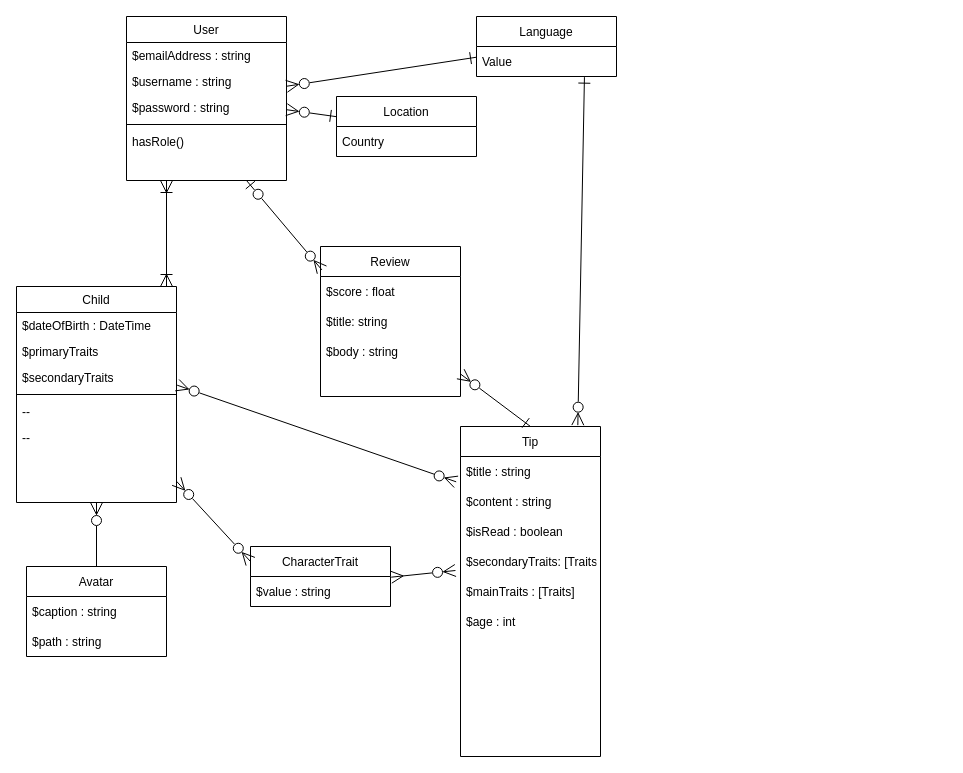
The draw.io diagram design/model.drawio in seb-tho/TheGoodParentV2, before the edit. Source tidied: cells renumbered, new cells numbered last; positions are measured from the earlier drawing's top-left corner, leaving out a move shared by most shapes. Both pictures are drawn from the tidied source at 100%, with x=0, y=0 at pixel (16, 16).
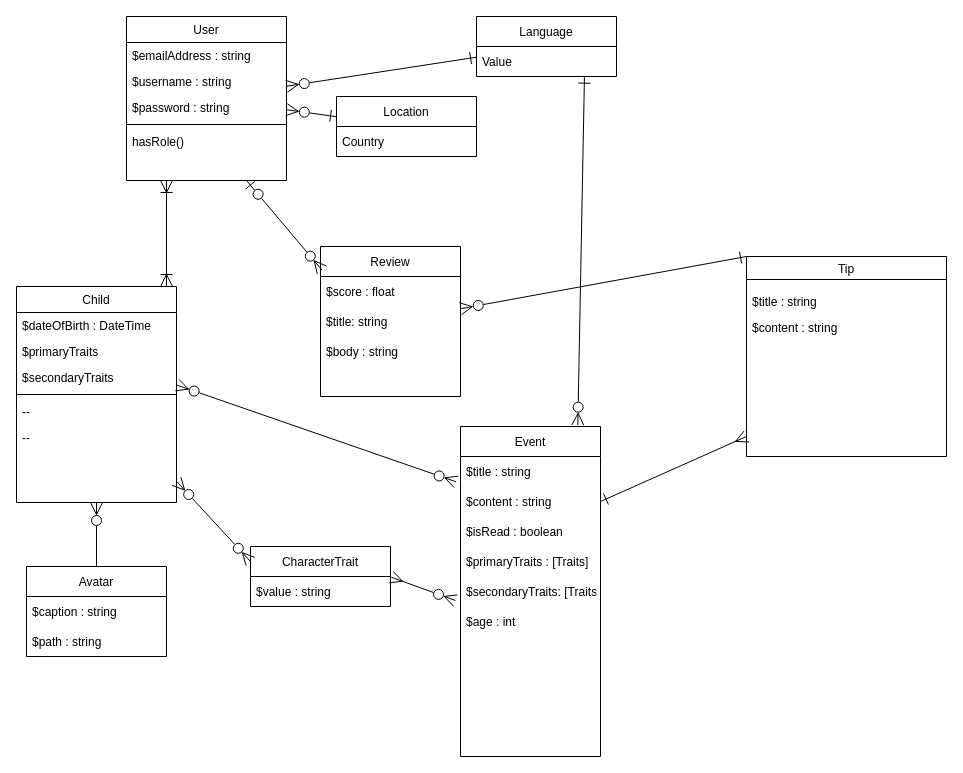
The same page after the edit.

Unchanged cells that the change refers to:
```xml
<mxCell id="28" value="Review" style="swimlane;fontStyle=0;horizontal=1;startSize=30;" parent="1" vertex="1">
  <mxGeometry x="304" y="230" width="140" height="150" as="geometry" />
</mxCell>
<mxCell id="36" value="$content : string" style="text;strokeColor=none;fillColor=none;align=left;verticalAlign=middle;spacingLeft=4;spacingRight=4;overflow=hidden;points=[[0,0.5],[1,0.5]];portConstraint=eastwest;" parent="34" vertex="1">
  <mxGeometry y="60" width="140" height="30" as="geometry" />
</mxCell>
```

The edit, as a diff of the source:
```diff
@@
-    <mxCell id="34" value="Tip" style="swimlane;fontStyle=0;horizontal=1;startSize=30;" parent="1" vertex="1">
+    <mxCell id="34" value="Event" style="swimlane;fontStyle=0;horizontal=1;startSize=30;" parent="1" vertex="1">
       <mxGeometry x="444" y="410" width="140" height="330" as="geometry" />
     </mxCell>
@@
+    <mxCell id="39" value="$primaryTraits : [Traits]" style="text;strokeColor=none;fillColor=none;align=left;verticalAlign=middle;spacingLeft=4;spacingRight=4;overflow=hidden;" parent="34" vertex="1">
+      <mxGeometry y="120" width="140" height="30" as="geometry" />
+    </mxCell>
     <mxCell id="38" value="$secondaryTraits: [Traits]" style="text;strokeColor=none;fillColor=none;align=left;verticalAlign=middle;spacingLeft=4;spacingRight=4;overflow=hidden;points=[[0,0.5],[1,0.5]];portConstraint=eastwest;" parent="34" vertex="1">
-      <mxGeometry y="120" width="140" height="30" as="geometry" />
+      <mxGeometry y="150" width="140" height="30" as="geometry" />
     </mxCell>
-    <mxCell id="39" value="$mainTraits : [Traits]" style="text;strokeColor=none;fillColor=none;align=left;verticalAlign=middle;spacingLeft=4;spacingRight=4;overflow=hidden;" parent="34" vertex="1">
-      <mxGeometry y="150" width="140" height="30" as="geometry" />
-    </mxCell>
@@
-    <mxCell id="46" style="endArrow=ERone;html=1;rounded=0;startSize=10;endSize=10;entryX=0.5;entryY=0;entryDx=0;entryDy=0;endFill=0;startArrow=ERzeroToMany;startFill=0;" parent="1" edge="1" source="28" target="34">
+    <mxCell id="46" style="endArrow=ERone;html=1;rounded=0;startSize=10;endSize=10;entryX=0;entryY=0;entryDx=0;entryDy=0;endFill=0;startArrow=ERzeroToMany;startFill=0;" parent="1" edge="1" source="28" target="50">
       <mxGeometry relative="1" as="geometry" />
     </mxCell>
@@
+    <mxCell id="50" value="Tip" style="swimlane;fontStyle=0;startSize=23;" parent="1" vertex="1">
+      <mxGeometry x="730" y="240" width="200" height="200" as="geometry" />
+    </mxCell>
+    <mxCell id="51" value="$title : string" style="text;strokeColor=none;fillColor=none;align=left;verticalAlign=middle;spacingLeft=4;spacingRight=4;overflow=hidden;" parent="50" vertex="1">
+      <mxGeometry y="30" width="140" height="30" as="geometry" />
+    </mxCell>
+    <mxCell id="52" value="$content : string" style="text;strokeColor=none;fillColor=none;align=left;verticalAlign=middle;spacingLeft=4;spacingRight=4;overflow=hidden;" parent="50" vertex="1">
+      <mxGeometry y="56" width="140" height="30" as="geometry" />
+    </mxCell>
+    <mxCell id="53" style="endArrow=ERmany;html=1;rounded=0;exitX=1;exitY=0.5;exitDx=0;exitDy=0;startArrow=ERone;startFill=0;endFill=0;endSize=10;startSize=10;" parent="1" edge="1" source="36">
+      <mxGeometry relative="1" as="geometry">
+        <mxPoint x="730" y="420" as="targetPoint" />
+      </mxGeometry>
+    </mxCell>
```
